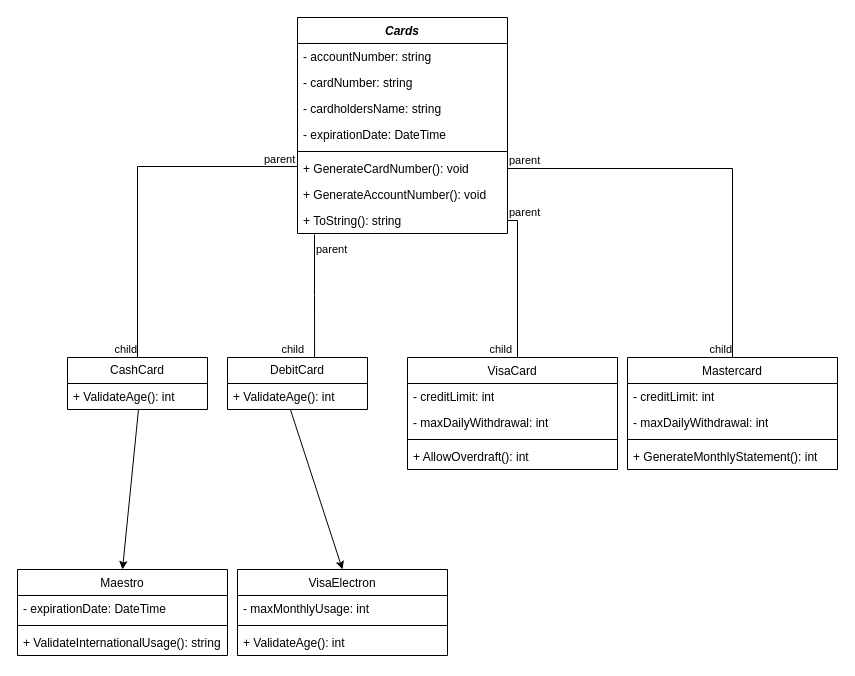
Earlier version of the draw.io diagram MyBanker.drawio (TRICKZTRRRRR/MyBanker). Source tidied: cells renumbered, new cells numbered last; positions are measured from the earlier drawing's top-left corner, leaving out a move shared by most shapes. Both pictures are drawn from the tidied source at 100%, with x=0, y=0 at pixel (17, 17).
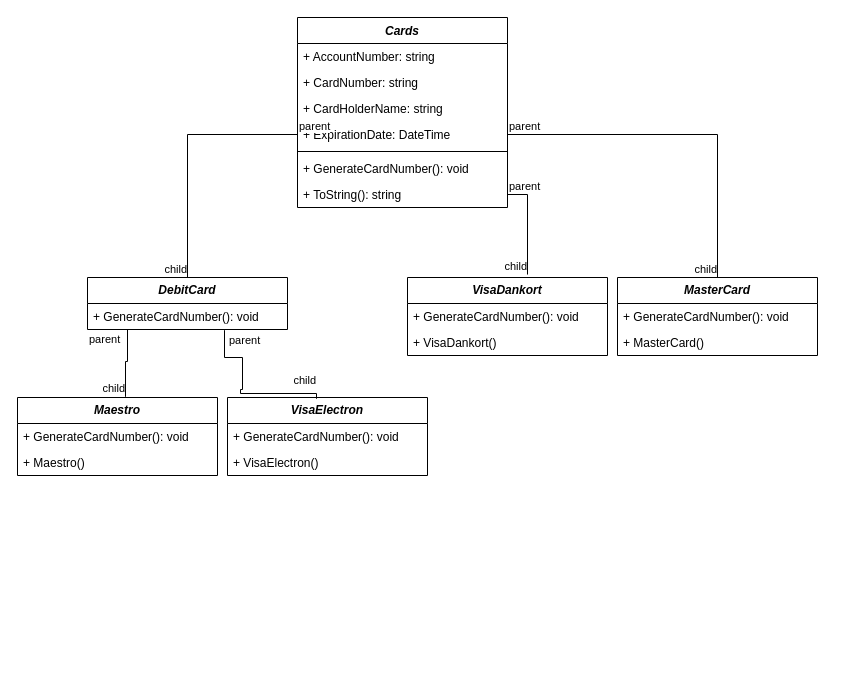
The same page after the edit.

The change refers to these unchanged cells:
```xml
<mxCell id="8" value="+ GenerateCardNumber(): void" style="text;strokeColor=none;fillColor=none;align=left;verticalAlign=top;spacingLeft=4;spacingRight=4;overflow=hidden;points=[[0,0.5],[1,0.5]];portConstraint=eastwest;whiteSpace=wrap;html=1;" parent="2" vertex="1">
  <mxGeometry y="138" width="210" height="26" as="geometry" />
</mxCell>
```

Diff of the diagram source:
```diff
@@
     <mxCell id="2" value="&lt;i&gt;Cards&lt;/i&gt;" style="swimlane;fontStyle=1;align=center;verticalAlign=top;horizontal=1;startSize=26;whiteSpace=wrap;html=1;" parent="1" vertex="1">
-      <mxGeometry x="280" width="210" height="216" as="geometry" />
+      <mxGeometry x="280" width="210" height="190" as="geometry" />
     </mxCell>
-    <mxCell id="3" value="- accountNumber: string" style="text;strokeColor=none;fillColor=none;align=left;verticalAlign=top;spacingLeft=4;spacingRight=4;overflow=hidden;whiteSpace=wrap;html=1;" parent="2" vertex="1">
+    <mxCell id="3" value="+ AccountNumber: string" style="text;strokeColor=none;fillColor=none;align=left;verticalAlign=top;spacingLeft=4;spacingRight=4;overflow=hidden;whiteSpace=wrap;html=1;" parent="2" vertex="1">
       <mxGeometry y="26" width="210" height="26" as="geometry" />
     </mxCell>
-    <mxCell id="4" value="- cardNumber: string" style="text;strokeColor=none;fillColor=none;align=left;verticalAlign=top;spacingLeft=4;spacingRight=4;overflow=hidden;whiteSpace=wrap;html=1;" parent="2" vertex="1">
+    <mxCell id="4" value="+ CardNumber: string" style="text;strokeColor=none;fillColor=none;align=left;verticalAlign=top;spacingLeft=4;spacingRight=4;overflow=hidden;whiteSpace=wrap;html=1;" parent="2" vertex="1">
       <mxGeometry y="52" width="210" height="26" as="geometry" />
     </mxCell>
-    <mxCell id="5" value="- cardholdersName: string" style="text;strokeColor=none;fillColor=none;align=left;verticalAlign=top;spacingLeft=4;spacingRight=4;overflow=hidden;whiteSpace=wrap;html=1;" parent="2" vertex="1">
+    <mxCell id="5" value="+ CardHolderName: string" style="text;strokeColor=none;fillColor=none;align=left;verticalAlign=top;spacingLeft=4;spacingRight=4;overflow=hidden;whiteSpace=wrap;html=1;" parent="2" vertex="1">
       <mxGeometry y="78" width="210" height="26" as="geometry" />
     </mxCell>
-    <mxCell id="6" value="- expirationDate: DateTime" style="text;strokeColor=none;fillColor=none;align=left;verticalAlign=top;spacingLeft=4;spacingRight=4;overflow=hidden;points=[[0,0.5],[1,0.5]];portConstraint=eastwest;whiteSpace=wrap;html=1;" parent="2" vertex="1">
+    <mxCell id="6" value="+ ExpirationDate: DateTime" style="text;strokeColor=none;fillColor=none;align=left;verticalAlign=top;spacingLeft=4;spacingRight=4;overflow=hidden;points=[[0,0.5],[1,0.5]];portConstraint=eastwest;whiteSpace=wrap;html=1;" parent="2" vertex="1">
       <mxGeometry y="104" width="210" height="26" as="geometry" />
     </mxCell>
@@
-    <mxCell id="9" value="+ GenerateAccountNumber(): void" style="text;strokeColor=none;fillColor=none;align=left;verticalAlign=top;spacingLeft=4;spacingRight=4;overflow=hidden;whiteSpace=wrap;html=1;" parent="2" vertex="1">
-      <mxGeometry y="164" width="210" height="26" as="geometry" />
-    </mxCell>
     <mxCell id="10" value="+ ToString(): string" style="text;strokeColor=none;fillColor=none;align=left;verticalAlign=top;spacingLeft=4;spacingRight=4;overflow=hidden;points=[[0,0.5],[1,0.5]];portConstraint=eastwest;whiteSpace=wrap;html=1;" parent="2" vertex="1">
-      <mxGeometry y="190" width="210" height="26" as="geometry" />
+      <mxGeometry y="164" width="210" height="26" as="geometry" />
     </mxCell>
-    <mxCell id="11" value="CashCard" style="swimlane;fontStyle=0;horizontal=1;startSize=26;fillColor=none;whiteSpace=wrap;html=1;" parent="1" vertex="1">
-      <mxGeometry x="50" y="340" width="140" height="52" as="geometry" />
-    </mxCell>
-    <mxCell id="12" value="+ ValidateAge(): int" style="text;strokeColor=none;fillColor=none;align=left;verticalAlign=top;spacingLeft=4;spacingRight=4;overflow=hidden;points=[[0,0.5],[1,0.5]];portConstraint=eastwest;whiteSpace=wrap;html=1;" parent="11" vertex="1">
-      <mxGeometry y="26" width="140" height="26" as="geometry" />
-    </mxCell>
-    <mxCell id="13" value="DebitCard" style="swimlane;fontStyle=0;horizontal=1;startSize=26;fillColor=none;whiteSpace=wrap;html=1;" parent="1" vertex="1">
-      <mxGeometry x="210" y="340" width="140" height="52" as="geometry" />
+    <mxCell id="13" value="&lt;b&gt;&lt;i&gt;DebitCard&lt;/i&gt;&lt;/b&gt;" style="swimlane;fontStyle=0;horizontal=1;startSize=26;fillColor=none;whiteSpace=wrap;html=1;" parent="1" vertex="1">
+      <mxGeometry x="70" y="260" width="200" height="52" as="geometry" />
     </mxCell>
-    <mxCell id="14" value="+ ValidateAge(): int" style="text;strokeColor=none;fillColor=none;align=left;verticalAlign=top;spacingLeft=4;spacingRight=4;overflow=hidden;points=[[0,0.5],[1,0.5]];portConstraint=eastwest;whiteSpace=wrap;html=1;" parent="13" vertex="1">
-      <mxGeometry y="26" width="140" height="26" as="geometry" />
-    </mxCell>
-    <mxCell id="15" value="&lt;span style=&quot;font-weight: normal;&quot;&gt;Mastercard&lt;/span&gt;" style="swimlane;fontStyle=1;align=center;verticalAlign=top;horizontal=1;startSize=26;whiteSpace=wrap;html=1;" parent="1" vertex="1">
-      <mxGeometry x="610" y="340" width="210" height="112" as="geometry" />
-    </mxCell>
-    <mxCell id="16" value="- creditLimit: int" style="text;strokeColor=none;fillColor=none;align=left;verticalAlign=top;spacingLeft=4;spacingRight=4;overflow=hidden;whiteSpace=wrap;html=1;" parent="15" vertex="1">
-      <mxGeometry y="26" width="210" height="26" as="geometry" />
-    </mxCell>
-    <mxCell id="17" value="- maxDailyWithdrawal: int" style="text;strokeColor=none;fillColor=none;align=left;verticalAlign=top;spacingLeft=4;spacingRight=4;overflow=hidden;whiteSpace=wrap;html=1;" parent="15" vertex="1">
-      <mxGeometry y="52" width="210" height="26" as="geometry" />
-    </mxCell>
-    <mxCell id="18" style="line;strokeWidth=1;fillColor=none;align=left;verticalAlign=middle;spacingTop=-1;spacingLeft=3;spacingRight=3;labelPosition=right;strokeColor=inherit;" parent="15" vertex="1">
-      <mxGeometry y="78" width="210" height="8" as="geometry" />
-    </mxCell>
-    <mxCell id="19" value="+ GenerateMonthlyStatement(): int" style="text;strokeColor=none;fillColor=none;align=left;verticalAlign=top;spacingLeft=4;spacingRight=4;overflow=hidden;whiteSpace=wrap;html=1;" parent="15" vertex="1">
-      <mxGeometry y="86" width="210" height="26" as="geometry" />
-    </mxCell>
-    <mxCell id="20" value="&lt;span style=&quot;font-weight: normal;&quot;&gt;VisaCard&lt;/span&gt;" style="swimlane;fontStyle=1;align=center;verticalAlign=top;horizontal=1;startSize=26;whiteSpace=wrap;html=1;" parent="1" vertex="1">
-      <mxGeometry x="390" y="340" width="210" height="112" as="geometry" />
-    </mxCell>
-    <mxCell id="21" value="- creditLimit: int" style="text;strokeColor=none;fillColor=none;align=left;verticalAlign=top;spacingLeft=4;spacingRight=4;overflow=hidden;whiteSpace=wrap;html=1;" parent="20" vertex="1">
-      <mxGeometry y="26" width="210" height="26" as="geometry" />
-    </mxCell>
-    <mxCell id="22" value="- maxDailyWithdrawal: int" style="text;strokeColor=none;fillColor=none;align=left;verticalAlign=top;spacingLeft=4;spacingRight=4;overflow=hidden;whiteSpace=wrap;html=1;" parent="20" vertex="1">
-      <mxGeometry y="52" width="210" height="26" as="geometry" />
-    </mxCell>
-    <mxCell id="23" style="line;strokeWidth=1;fillColor=none;align=left;verticalAlign=middle;spacingTop=-1;spacingLeft=3;spacingRight=3;labelPosition=right;strokeColor=inherit;" parent="20" vertex="1">
-      <mxGeometry y="78" width="210" height="8" as="geometry" />
-    </mxCell>
-    <mxCell id="24" value="+ AllowOverdraft(): int" style="text;strokeColor=none;fillColor=none;align=left;verticalAlign=top;spacingLeft=4;spacingRight=4;overflow=hidden;whiteSpace=wrap;html=1;" parent="20" vertex="1">
-      <mxGeometry y="86" width="210" height="26" as="geometry" />
-    </mxCell>
+    <mxCell id="47" value="+ GenerateCardNumber(): void" style="text;strokeColor=none;fillColor=none;align=left;verticalAlign=top;spacingLeft=4;spacingRight=4;overflow=hidden;points=[[0,0.5],[1,0.5]];portConstraint=eastwest;whiteSpace=wrap;html=1;" parent="13" vertex="1">
+      <mxGeometry y="26" width="200" height="26" as="geometry" />
+    </mxCell>
-    <mxCell id="25" value="&lt;span style=&quot;font-weight: normal;&quot;&gt;Maestro&lt;/span&gt;" style="swimlane;fontStyle=1;align=center;verticalAlign=top;horizontal=1;startSize=26;whiteSpace=wrap;html=1;" parent="1" vertex="1">
-      <mxGeometry y="552" width="210" height="86" as="geometry" />
+    <mxCell id="25" value="&lt;b&gt;&lt;i&gt;Maestro&lt;/i&gt;&lt;/b&gt;" style="swimlane;fontStyle=0;horizontal=1;startSize=26;fillColor=none;whiteSpace=wrap;html=1;" parent="1" vertex="1">
+      <mxGeometry y="380" width="200" height="78" as="geometry" />
     </mxCell>
-    <mxCell id="26" value="- expirationDate: DateTime" style="text;strokeColor=none;fillColor=none;align=left;verticalAlign=top;spacingLeft=4;spacingRight=4;overflow=hidden;whiteSpace=wrap;html=1;" parent="25" vertex="1">
-      <mxGeometry y="26" width="210" height="26" as="geometry" />
-    </mxCell>
-    <mxCell id="27" style="line;strokeWidth=1;fillColor=none;align=left;verticalAlign=middle;spacingTop=-1;spacingLeft=3;spacingRight=3;labelPosition=right;strokeColor=inherit;" parent="25" vertex="1">
-      <mxGeometry y="52" width="210" height="8" as="geometry" />
-    </mxCell>
-    <mxCell id="28" value="+ ValidateInternationalUsage(): string" style="text;strokeColor=none;fillColor=none;align=left;verticalAlign=top;spacingLeft=4;spacingRight=4;overflow=hidden;whiteSpace=wrap;html=1;" parent="25" vertex="1">
-      <mxGeometry y="60" width="210" height="26" as="geometry" />
-    </mxCell>
+    <mxCell id="48" value="+ GenerateCardNumber(): void" style="text;strokeColor=none;fillColor=none;align=left;verticalAlign=top;spacingLeft=4;spacingRight=4;overflow=hidden;whiteSpace=wrap;html=1;" parent="25" vertex="1">
+      <mxGeometry y="26" width="200" height="26" as="geometry" />
+    </mxCell>
+    <mxCell id="49" value="+ Maestro()" style="text;strokeColor=none;fillColor=none;align=left;verticalAlign=top;spacingLeft=4;spacingRight=4;overflow=hidden;whiteSpace=wrap;html=1;" parent="25" vertex="1">
+      <mxGeometry y="52" width="200" height="26" as="geometry" />
+    </mxCell>
-    <mxCell id="29" value="&lt;span style=&quot;font-weight: normal;&quot;&gt;VisaElectron&lt;/span&gt;" style="swimlane;fontStyle=1;align=center;verticalAlign=top;horizontal=1;startSize=26;whiteSpace=wrap;html=1;" parent="1" vertex="1">
-      <mxGeometry x="220" y="552" width="210" height="86" as="geometry" />
+    <mxCell id="29" value="&lt;b&gt;&lt;i&gt;VisaElectron&lt;/i&gt;&lt;/b&gt;" style="swimlane;fontStyle=0;horizontal=1;startSize=26;fillColor=none;whiteSpace=wrap;html=1;" parent="1" vertex="1">
+      <mxGeometry x="210" y="380" width="200" height="78" as="geometry" />
     </mxCell>
-    <mxCell id="30" value="- maxMonthlyUsage: int" style="text;strokeColor=none;fillColor=none;align=left;verticalAlign=top;spacingLeft=4;spacingRight=4;overflow=hidden;whiteSpace=wrap;html=1;" parent="29" vertex="1">
-      <mxGeometry y="26" width="210" height="26" as="geometry" />
-    </mxCell>
-    <mxCell id="31" style="line;strokeWidth=1;fillColor=none;align=left;verticalAlign=middle;spacingTop=-1;spacingLeft=3;spacingRight=3;labelPosition=right;strokeColor=inherit;" parent="29" vertex="1">
-      <mxGeometry y="52" width="210" height="8" as="geometry" />
-    </mxCell>
-    <mxCell id="32" value="+ ValidateAge(): int" style="text;strokeColor=none;fillColor=none;align=left;verticalAlign=top;spacingLeft=4;spacingRight=4;overflow=hidden;whiteSpace=wrap;html=1;" parent="29" vertex="1">
-      <mxGeometry y="60" width="210" height="26" as="geometry" />
-    </mxCell>
-    <mxCell id="33" style="endArrow=classic;html=1;rounded=0;entryX=0.5;entryY=0;entryDx=0;entryDy=0;exitX=0.448;exitY=0.98;exitDx=0;exitDy=0;exitPerimeter=0;" parent="1" edge="1" source="14" target="29">
-      <mxGeometry relative="1" as="geometry" />
-    </mxCell>
-    <mxCell id="34" style="endArrow=classic;html=1;rounded=0;exitX=0.507;exitY=1.007;exitDx=0;exitDy=0;exitPerimeter=0;entryX=0.5;entryY=0;entryDx=0;entryDy=0;" parent="1" edge="1" source="12" target="25">
-      <mxGeometry relative="1" as="geometry" />
-    </mxCell>
-    <mxCell id="35" style="endArrow=none;html=1;edgeStyle=orthogonalEdgeStyle;rounded=0;exitX=1;exitY=0.5;exitDx=0;exitDy=0;entryX=0.5;entryY=0;entryDx=0;entryDy=0;" parent="1" edge="1" source="10" target="20">
-      <mxGeometry relative="1" as="geometry">
-        <Array as="points">
-          <mxPoint x="500" y="203" />
-          <mxPoint x="500" y="340" />
-        </Array>
-      </mxGeometry>
-    </mxCell>
-    <mxCell id="36" value="parent" style="edgeLabel;html=1;align=left;verticalAlign=bottom;" parent="35" vertex="1">
-      <mxGeometry x="-1" relative="1" as="geometry" />
-    </mxCell>
-    <mxCell id="37" value="child" style="edgeLabel;html=1;align=right;verticalAlign=bottom;" parent="35" vertex="1">
-      <mxGeometry x="1" relative="1" as="geometry" />
-    </mxCell>
-    <mxCell id="38" style="endArrow=none;html=1;edgeStyle=orthogonalEdgeStyle;rounded=0;exitX=1;exitY=0.5;exitDx=0;exitDy=0;entryX=0.5;entryY=0;entryDx=0;entryDy=0;" parent="1" edge="1" source="8" target="15">
-      <mxGeometry relative="1" as="geometry" />
-    </mxCell>
-    <mxCell id="39" value="parent" style="edgeLabel;html=1;align=left;verticalAlign=bottom;" parent="38" vertex="1">
-      <mxGeometry x="-1" relative="1" as="geometry" />
-    </mxCell>
-    <mxCell id="40" value="child" style="edgeLabel;html=1;align=right;verticalAlign=bottom;" parent="38" vertex="1">
-      <mxGeometry x="1" relative="1" as="geometry" />
-    </mxCell>
-    <mxCell id="41" style="endArrow=none;html=1;edgeStyle=orthogonalEdgeStyle;rounded=0;exitX=0.081;exitY=1.038;exitDx=0;exitDy=0;exitPerimeter=0;entryX=0.622;entryY=-0.001;entryDx=0;entryDy=0;entryPerimeter=0;" parent="1" edge="1" source="10" target="13">
-      <mxGeometry relative="1" as="geometry" />
-    </mxCell>
-    <mxCell id="42" value="parent" style="edgeLabel;html=1;align=left;verticalAlign=bottom;" parent="41" vertex="1">
-      <mxGeometry x="-1" relative="1" as="geometry">
-        <mxPoint y="23" as="offset" />
-      </mxGeometry>
-    </mxCell>
-    <mxCell id="43" value="child" style="edgeLabel;html=1;align=right;verticalAlign=bottom;" parent="41" vertex="1">
-      <mxGeometry x="1" relative="1" as="geometry">
-        <mxPoint x="-10" as="offset" />
-      </mxGeometry>
-    </mxCell>
-    <mxCell id="44" style="endArrow=none;html=1;edgeStyle=orthogonalEdgeStyle;rounded=0;exitX=0;exitY=0.423;exitDx=0;exitDy=0;entryX=0.5;entryY=0;entryDx=0;entryDy=0;exitPerimeter=0;" parent="1" edge="1" source="8" target="11">
-      <mxGeometry relative="1" as="geometry" />
-    </mxCell>
-    <mxCell id="45" value="parent" style="edgeLabel;html=1;align=left;verticalAlign=bottom;" parent="44" vertex="1">
-      <mxGeometry x="-1" relative="1" as="geometry">
-        <mxPoint x="-35" y="1" as="offset" />
-      </mxGeometry>
-    </mxCell>
-    <mxCell id="46" value="child" style="edgeLabel;html=1;align=right;verticalAlign=bottom;" parent="44" vertex="1">
-      <mxGeometry x="1" relative="1" as="geometry" />
-    </mxCell>
+    <mxCell id="50" value="+ GenerateCardNumber(): void" style="text;strokeColor=none;fillColor=none;align=left;verticalAlign=top;spacingLeft=4;spacingRight=4;overflow=hidden;whiteSpace=wrap;html=1;" parent="29" vertex="1">
+      <mxGeometry y="26" width="200" height="26" as="geometry" />
+    </mxCell>
+    <mxCell id="51" value="+ VisaElectron()" style="text;strokeColor=none;fillColor=none;align=left;verticalAlign=top;spacingLeft=4;spacingRight=4;overflow=hidden;whiteSpace=wrap;html=1;" parent="29" vertex="1">
+      <mxGeometry y="52" width="200" height="26" as="geometry" />
+    </mxCell>
+    <mxCell id="52" value="&lt;b&gt;&lt;i&gt;VisaDankort&lt;/i&gt;&lt;/b&gt;" style="swimlane;fontStyle=0;horizontal=1;startSize=26;fillColor=none;whiteSpace=wrap;html=1;" parent="1" vertex="1">
+      <mxGeometry x="390" y="260" width="200" height="78" as="geometry" />
+    </mxCell>
+    <mxCell id="53" value="+ GenerateCardNumber(): void" style="text;strokeColor=none;fillColor=none;align=left;verticalAlign=top;spacingLeft=4;spacingRight=4;overflow=hidden;whiteSpace=wrap;html=1;" parent="52" vertex="1">
+      <mxGeometry y="26" width="200" height="26" as="geometry" />
+    </mxCell>
+    <mxCell id="54" value="+ VisaDankort()" style="text;strokeColor=none;fillColor=none;align=left;verticalAlign=top;spacingLeft=4;spacingRight=4;overflow=hidden;whiteSpace=wrap;html=1;" parent="52" vertex="1">
+      <mxGeometry y="52" width="200" height="26" as="geometry" />
+    </mxCell>
+    <mxCell id="55" value="&lt;b&gt;&lt;i&gt;MasterCard&lt;/i&gt;&lt;/b&gt;" style="swimlane;fontStyle=0;horizontal=1;startSize=26;fillColor=none;whiteSpace=wrap;html=1;" parent="1" vertex="1">
+      <mxGeometry x="600" y="260" width="200" height="78" as="geometry" />
+    </mxCell>
+    <mxCell id="56" value="+ GenerateCardNumber(): void" style="text;strokeColor=none;fillColor=none;align=left;verticalAlign=top;spacingLeft=4;spacingRight=4;overflow=hidden;whiteSpace=wrap;html=1;" parent="55" vertex="1">
+      <mxGeometry y="26" width="200" height="26" as="geometry" />
+    </mxCell>
+    <mxCell id="57" value="+ MasterCard()" style="text;strokeColor=none;fillColor=none;align=left;verticalAlign=top;spacingLeft=4;spacingRight=4;overflow=hidden;whiteSpace=wrap;html=1;" parent="55" vertex="1">
+      <mxGeometry y="52" width="200" height="26" as="geometry" />
+    </mxCell>
+    <mxCell id="58" style="endArrow=none;html=1;edgeStyle=orthogonalEdgeStyle;rounded=0;exitX=0.475;exitY=1.077;exitDx=0;exitDy=0;exitPerimeter=0;entryX=0.54;entryY=-0.009;entryDx=0;entryDy=0;entryPerimeter=0;" parent="1" edge="1" target="25">
+      <mxGeometry relative="1" as="geometry">
+        <mxPoint x="165" y="312" as="sourcePoint" />
+        <Array as="points">
+          <mxPoint x="110" y="312" />
+          <mxPoint x="110" y="344" />
+          <mxPoint x="108" y="344" />
+        </Array>
+      </mxGeometry>
+    </mxCell>
+    <mxCell id="59" value="parent" style="edgeLabel;html=1;align=left;verticalAlign=bottom;" parent="58" vertex="1">
+      <mxGeometry x="-1" relative="1" as="geometry">
+        <mxPoint x="-95" y="18" as="offset" />
+      </mxGeometry>
+    </mxCell>
+    <mxCell id="60" value="child" style="edgeLabel;html=1;align=right;verticalAlign=bottom;" parent="58" vertex="1">
+      <mxGeometry x="1" relative="1" as="geometry" />
+    </mxCell>
+    <mxCell id="61" style="endArrow=none;html=1;edgeStyle=orthogonalEdgeStyle;rounded=0;exitX=0.685;exitY=1.027;exitDx=0;exitDy=0;exitPerimeter=0;entryX=0.445;entryY=0.016;entryDx=0;entryDy=0;entryPerimeter=0;" parent="1" edge="1" source="47" target="29">
+      <mxGeometry relative="1" as="geometry">
+        <Array as="points">
+          <mxPoint x="207" y="340" />
+          <mxPoint x="225" y="340" />
+          <mxPoint x="225" y="372" />
+          <mxPoint x="223" y="372" />
+          <mxPoint x="223" y="376" />
+          <mxPoint x="299" y="376" />
+        </Array>
+      </mxGeometry>
+    </mxCell>
+    <mxCell id="62" value="parent" style="edgeLabel;html=1;align=left;verticalAlign=bottom;" parent="61" vertex="1">
+      <mxGeometry x="-1" relative="1" as="geometry">
+        <mxPoint x="3" y="18" as="offset" />
+      </mxGeometry>
+    </mxCell>
+    <mxCell id="63" value="child" style="edgeLabel;html=1;align=right;verticalAlign=bottom;" parent="61" vertex="1">
+      <mxGeometry x="1" relative="1" as="geometry">
+        <mxPoint y="-11" as="offset" />
+      </mxGeometry>
+    </mxCell>
+    <mxCell id="64" style="endArrow=none;html=1;edgeStyle=orthogonalEdgeStyle;rounded=0;exitX=1;exitY=0.5;exitDx=0;exitDy=0;entryX=0.6;entryY=-0.038;entryDx=0;entryDy=0;entryPerimeter=0;" parent="1" edge="1" source="10" target="52">
+      <mxGeometry relative="1" as="geometry" />
+    </mxCell>
+    <mxCell id="65" value="parent" style="edgeLabel;html=1;align=left;verticalAlign=bottom;" parent="64" vertex="1">
+      <mxGeometry x="-1" relative="1" as="geometry" />
+    </mxCell>
+    <mxCell id="66" value="child" style="edgeLabel;html=1;align=right;verticalAlign=bottom;" parent="64" vertex="1">
+      <mxGeometry x="1" relative="1" as="geometry" />
+    </mxCell>
+    <mxCell id="67" style="endArrow=none;html=1;edgeStyle=orthogonalEdgeStyle;rounded=0;exitX=1;exitY=0.5;exitDx=0;exitDy=0;entryX=0.5;entryY=0;entryDx=0;entryDy=0;" parent="1" edge="1" source="6" target="55">
+      <mxGeometry relative="1" as="geometry" />
+    </mxCell>
+    <mxCell id="68" value="parent" style="edgeLabel;html=1;align=left;verticalAlign=bottom;" parent="67" vertex="1">
+      <mxGeometry x="-1" relative="1" as="geometry" />
+    </mxCell>
+    <mxCell id="69" value="child" style="edgeLabel;html=1;align=right;verticalAlign=bottom;" parent="67" vertex="1">
+      <mxGeometry x="1" relative="1" as="geometry" />
+    </mxCell>
+    <mxCell id="70" style="endArrow=none;html=1;edgeStyle=orthogonalEdgeStyle;rounded=0;exitX=0;exitY=0.5;exitDx=0;exitDy=0;entryX=0.5;entryY=0;entryDx=0;entryDy=0;" parent="1" edge="1" source="6" target="13">
+      <mxGeometry relative="1" as="geometry" />
+    </mxCell>
+    <mxCell id="71" value="parent" style="edgeLabel;html=1;align=left;verticalAlign=bottom;" parent="70" vertex="1">
+      <mxGeometry x="-1" relative="1" as="geometry" />
+    </mxCell>
+    <mxCell id="72" value="child" style="edgeLabel;html=1;align=right;verticalAlign=bottom;" parent="70" vertex="1">
+      <mxGeometry x="1" relative="1" as="geometry" />
+    </mxCell>
```
